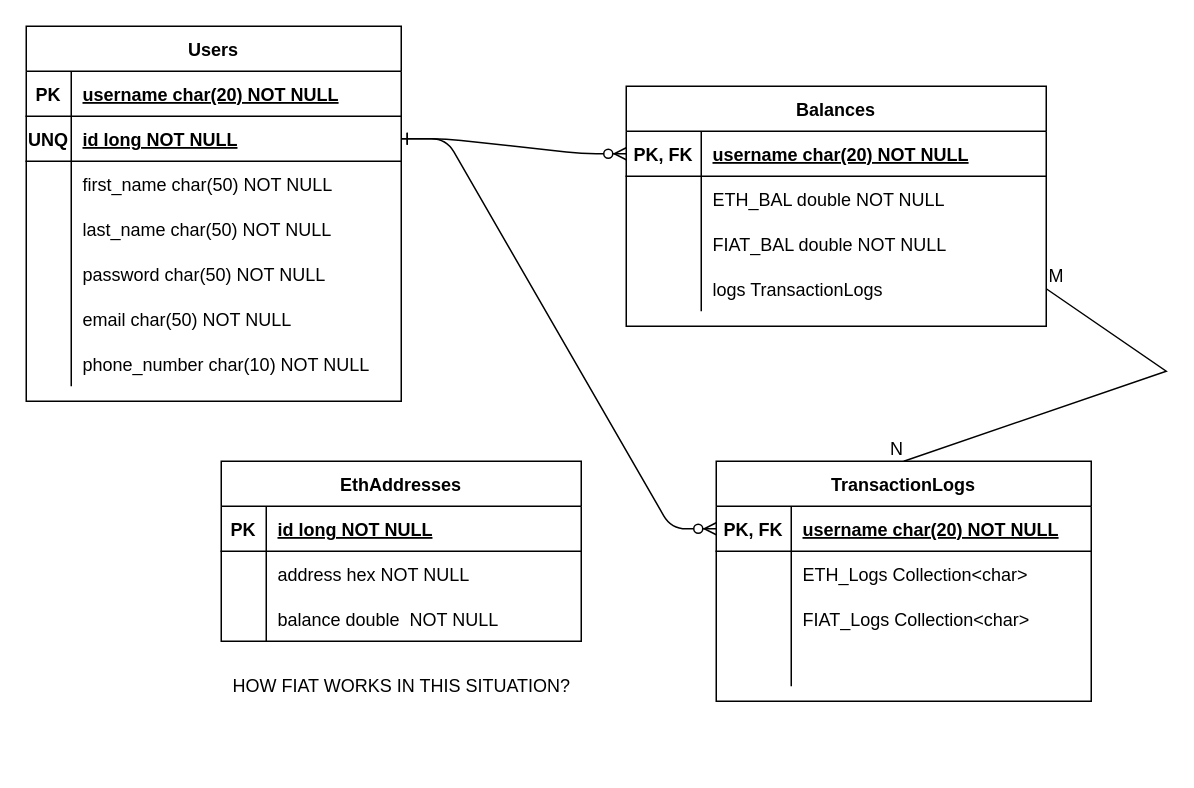
Before: DrawIo diagrams/DatabaseTables.drawio in Danyelss/License-Backend-Spring-Boot, a draw.io diagram. Source tidied: cells renumbered, new cells numbered last; positions are measured from the earlier drawing's top-left corner, leaving out a move shared by most shapes. Both pictures are drawn from the tidied source at 150%, with x=0, y=0 at pixel (26, 26).
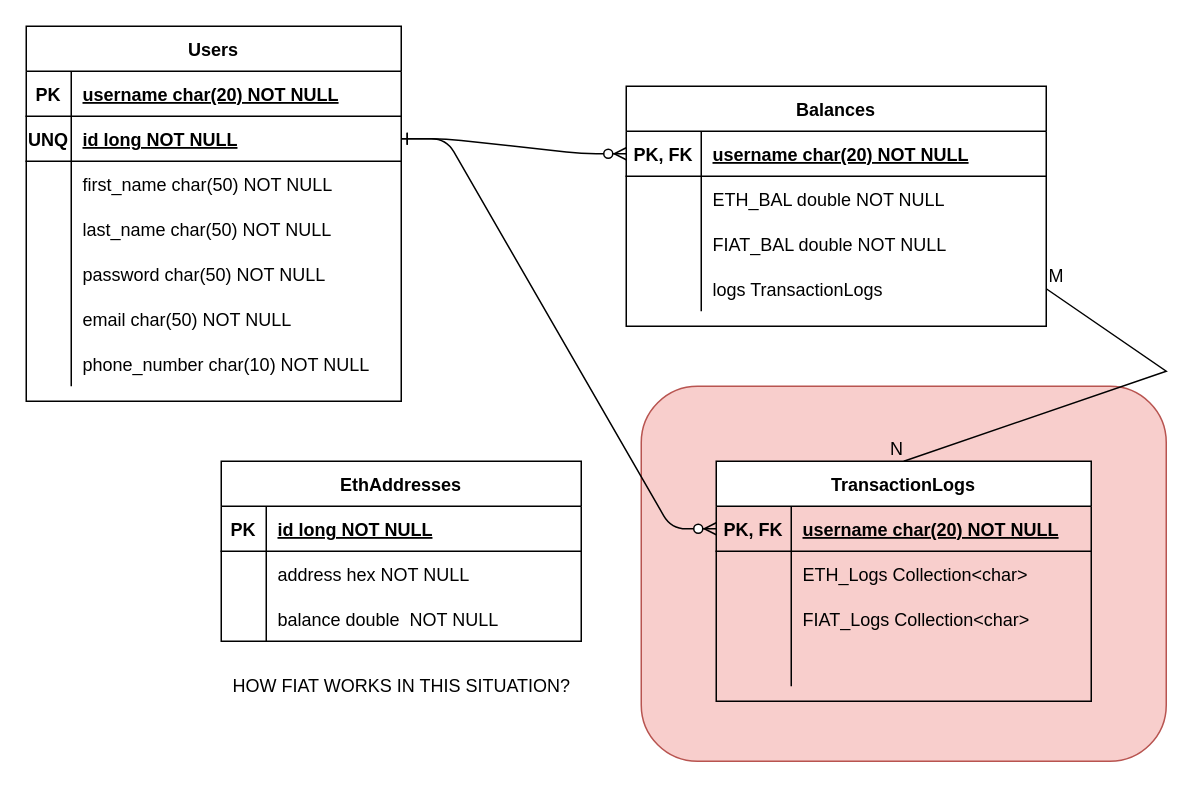
The same page after the edit.

The edit, as a diff of the source:
```diff
@@
+    <mxCell id="66" style="rounded=1;whiteSpace=wrap;html=1;fillColor=#f8cecc;strokeColor=#b85450;" parent="1" vertex="1">
+      <mxGeometry x="410" y="240" width="350" height="250" as="geometry" />
+    </mxCell>
```
